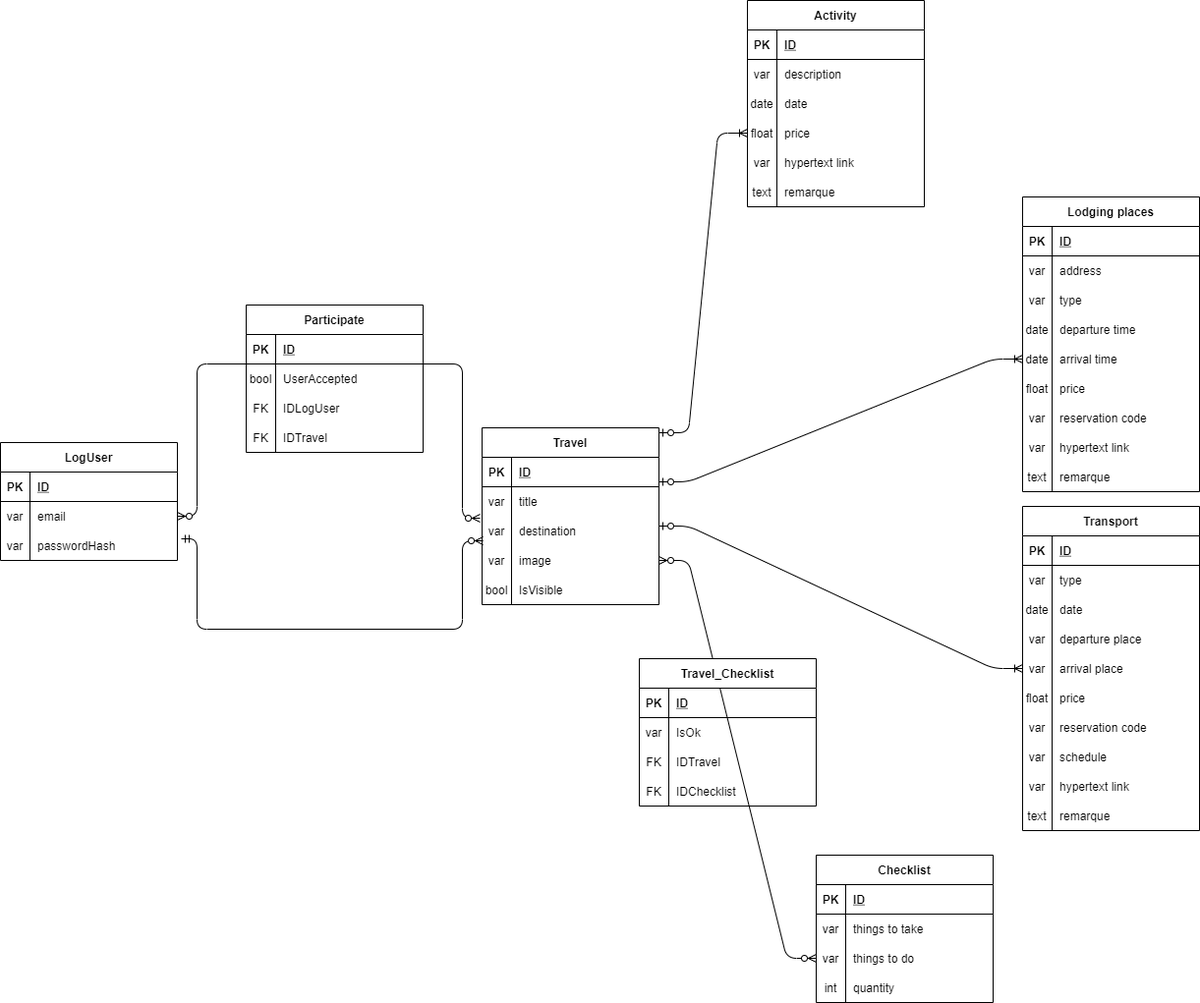
Before: MCD-MLD/MLD.png, a diagram exported from draw.io (keanutrosset/HotelplanEnMieux). Source tidied: cells renumbered, new cells last; positions are measured from the earlier drawing's top-left corner, leaving out a move shared by most shapes.
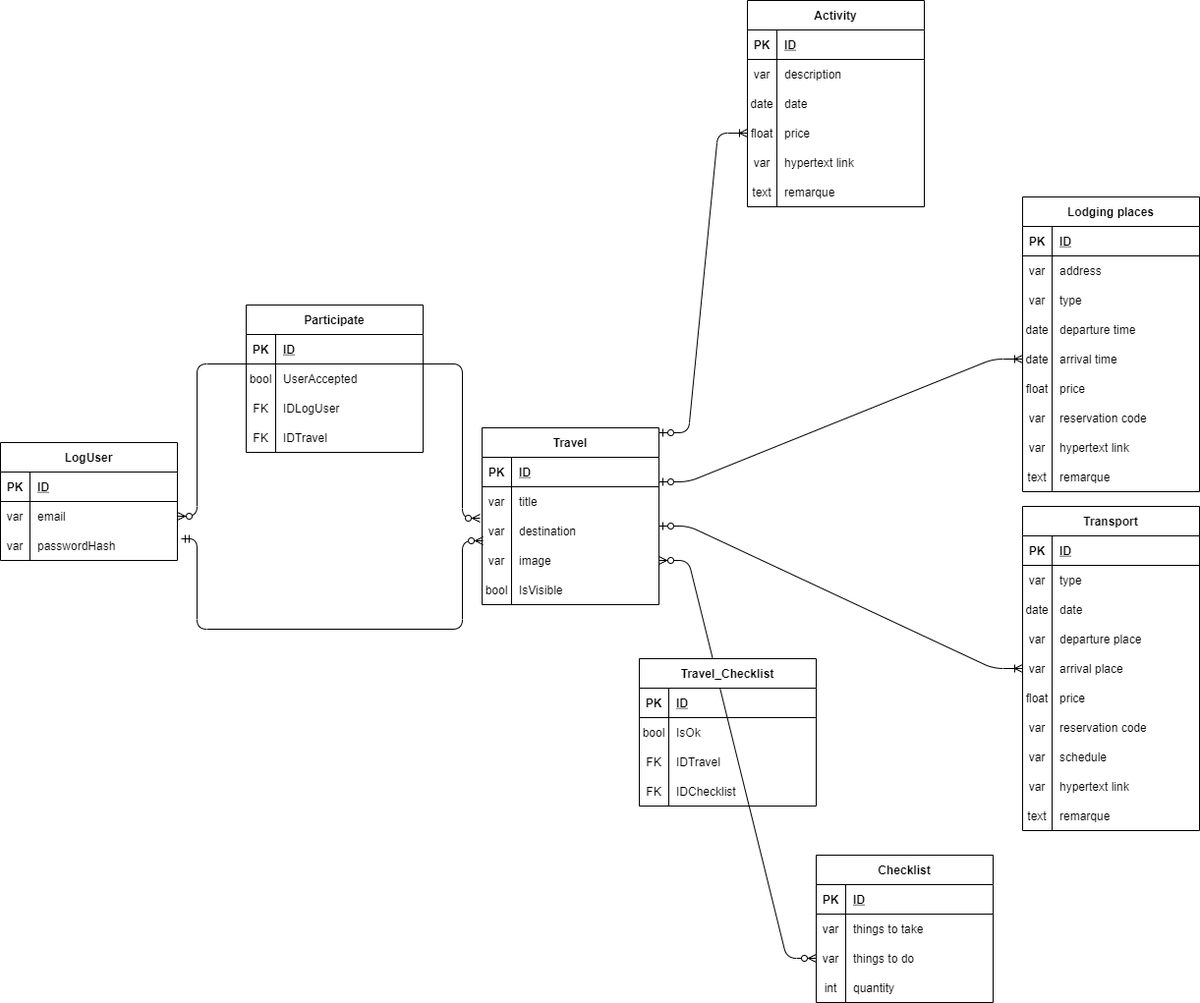
The same file after the commit.

What changed in the source:
```diff
@@ -406,7 +406,7 @@
     <mxCell id="129" style="shape=partialRectangle;fillColor=none;top=0;left=0;bottom=0;right=0;" parent="125" vertex="1">
       <mxGeometry y="60" width="180" height="30" as="geometry" />
     </mxCell>
-    <mxCell id="130" value="var" style="shape=partialRectangle;fillColor=none;top=0;left=0;bottom=0;right=0;overflow=hidden;" parent="129" vertex="1">
+    <mxCell id="130" value="bool" style="shape=partialRectangle;fillColor=none;top=0;left=0;bottom=0;right=0;overflow=hidden;" parent="129" vertex="1">
       <mxGeometry width="30" height="30" as="geometry" />
     </mxCell>
     <mxCell id="131" value="IsOk" style="shape=partialRectangle;fillColor=none;top=0;left=0;bottom=0;right=0;align=left;spacingLeft=6;overflow=hidden;" parent="129" vertex="1">
```
